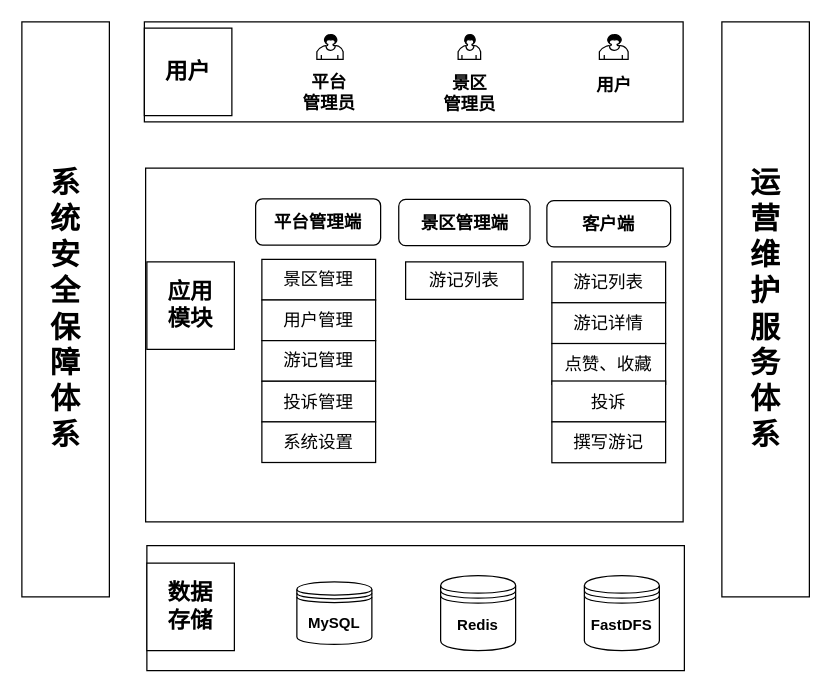
This is 5G游记助手/游记助手系统架构图.drawio from haycheng/draw.io, a draw.io file, before an edit. Source tidied: cells renumbered, new cells numbered last; positions are measured from the earlier drawing's top-left corner, leaving out a move shared by most shapes. Both pictures are drawn from the tidied source at 125%, with x=0, y=0 at pixel (21, 21).
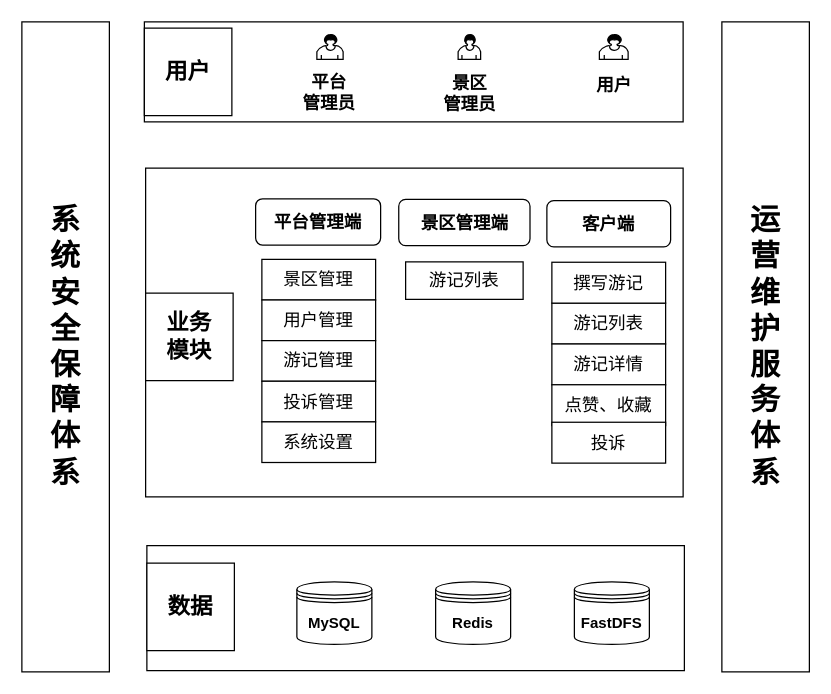
Above is the later version.

Commit message:
Update 游记助手系统架构图.drawio

Unchanged cells that the change refers to:
```xml
<mxCell id="28" style="group;" parent="1" vertex="1">
  <mxGeometry x="100" y="419" width="430" height="100" as="geometry" />
</mxCell>
```

The edit, as a diff of the source:
```diff
@@
     <mxCell id="2" value="&lt;font face=&quot;calibri, sans-serif&quot; style=&quot;font-size: 24px&quot;&gt;&lt;b&gt;系&lt;br&gt;统&lt;br&gt;安&lt;br&gt;全&lt;br&gt;保&lt;br&gt;障&lt;br&gt;体&lt;br&gt;系&lt;/b&gt;&lt;/font&gt;" style="rounded=0;whiteSpace=wrap;html=1;" parent="1" vertex="1">
-      <mxGeometry width="70" height="460" as="geometry" />
+      <mxGeometry width="70" height="520" as="geometry" />
     </mxCell>
     <mxCell id="3" style="rounded=0;whiteSpace=wrap;html=1;" parent="1" vertex="1">
-      <mxGeometry x="99" y="117" width="430" height="283" as="geometry" />
+      <mxGeometry x="99" y="117" width="430" height="263" as="geometry" />
     </mxCell>
-    <mxCell id="4" value="&lt;b&gt;&lt;font style=&quot;font-size: 18px&quot;&gt;应用&lt;br&gt;模块&lt;br&gt;&lt;/font&gt;&lt;/b&gt;" style="rounded=0;whiteSpace=wrap;html=1;" parent="1" vertex="1">
-      <mxGeometry x="100" y="192" width="70" height="70" as="geometry" />
+    <mxCell id="4" value="&lt;b&gt;&lt;font style=&quot;font-size: 18px&quot;&gt;业务&lt;br&gt;模块&lt;br&gt;&lt;/font&gt;&lt;/b&gt;" style="rounded=0;whiteSpace=wrap;html=1;" parent="1" vertex="1">
+      <mxGeometry x="99" y="217" width="70" height="70" as="geometry" />
     </mxCell>
@@
     <mxCell id="23" style="group;" parent="1" vertex="1">
-      <mxGeometry x="424" y="192" width="91" height="98" as="geometry" />
+      <mxGeometry x="424" y="225" width="91" height="98" as="geometry" />
     </mxCell>
@@
     <mxCell id="27" value="&lt;font face=&quot;calibri, sans-serif&quot;&gt;&lt;span style=&quot;font-size: 24px&quot;&gt;&lt;b&gt;运&lt;br&gt;营&lt;br&gt;维&lt;br&gt;护&lt;br&gt;服&lt;br&gt;务&lt;br&gt;体&lt;br&gt;系&lt;/b&gt;&lt;/span&gt;&lt;/font&gt;" style="rounded=0;whiteSpace=wrap;html=1;" parent="1" vertex="1">
-      <mxGeometry x="560" width="70" height="460" as="geometry" />
+      <mxGeometry x="560" width="70" height="520" as="geometry" />
     </mxCell>
@@
-    <mxCell id="30" value="&lt;b&gt;&lt;font style=&quot;font-size: 18px&quot;&gt;数据&lt;br&gt;存储&lt;br&gt;&lt;/font&gt;&lt;/b&gt;" style="rounded=0;whiteSpace=wrap;html=1;" parent="28" vertex="1">
+    <mxCell id="30" value="&lt;b&gt;&lt;font style=&quot;font-size: 18px&quot;&gt;数据&lt;br&gt;&lt;/font&gt;&lt;/b&gt;" style="rounded=0;whiteSpace=wrap;html=1;" parent="28" vertex="1">
       <mxGeometry y="14" width="70" height="70" as="geometry" />
     </mxCell>
@@
     <mxCell id="32" value="Redis" style="shape=datastore;whiteSpace=wrap;html=1;fontStyle=1;" parent="28" vertex="1">
-      <mxGeometry x="235" y="24" width="60" height="60" as="geometry" />
+      <mxGeometry x="231" y="29" width="60" height="50" as="geometry" />
     </mxCell>
     <mxCell id="33" value="FastDFS" style="shape=datastore;whiteSpace=wrap;html=1;fontStyle=1;" parent="28" vertex="1">
-      <mxGeometry x="350" y="24" width="60" height="60" as="geometry" />
+      <mxGeometry x="342" y="29" width="60" height="50" as="geometry" />
     </mxCell>
@@
     <mxCell id="35" value="&lt;span style=&quot;line-height: 150%&quot;&gt;&lt;font style=&quot;font-size: 14px&quot;&gt;投诉&lt;/font&gt;&lt;/span&gt;" style="rounded=0;whiteSpace=wrap;html=1;" parent="1" vertex="1">
-      <mxGeometry x="424" y="287.3" width="91" height="32.7" as="geometry" />
+      <mxGeometry x="424" y="320.3" width="91" height="32.7" as="geometry" />
     </mxCell>
     <mxCell id="36" value="&lt;span style=&quot;font-size: 14px&quot;&gt;撰写游记&lt;/span&gt;" style="rounded=0;whiteSpace=wrap;html=1;" parent="1" vertex="1">
-      <mxGeometry x="424" y="320" width="91" height="32.7" as="geometry" />
+      <mxGeometry x="424" y="192.3" width="91" height="32.7" as="geometry" />
     </mxCell>
```
